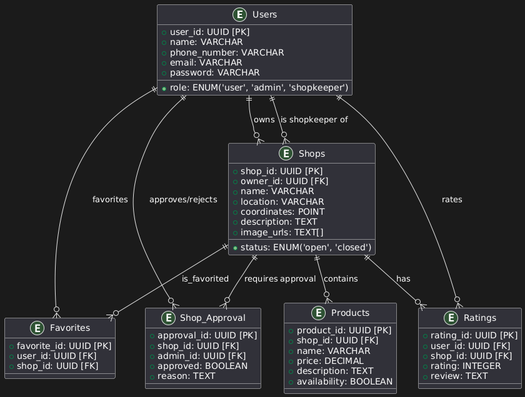
This is db_schema.png from GauthamSridhar/Street-Smart-App, a PlantUML export, as it was before one commit. The source it was exported from:
```plantuml
@startuml
entity "Users" {
  + user_id: UUID [PK]
  + name: VARCHAR
  + phone_number: VARCHAR
  + email: VARCHAR
  + password: VARCHAR
  + role: ENUM('user', 'admin', 'shopkeeper')
}

entity "Shops" {
  + shop_id: UUID [PK]
  + owner_id: UUID [FK]
  + name: VARCHAR
  + location: VARCHAR
  + coordinates: POINT
  + status: ENUM('open', 'closed')
  + description: TEXT
  + image_urls: TEXT[]
}

entity "Products" {
  + product_id: UUID [PK]
  + shop_id: UUID [FK]
  + name: VARCHAR
  + price: DECIMAL
  + description: TEXT
  + availability: BOOLEAN
}

entity "Ratings" {
  + rating_id: UUID [PK]
  + user_id: UUID [FK]
  + shop_id: UUID [FK]
  + rating: INTEGER
  + review: TEXT
}

entity "Favorites" {
  + favorite_id: UUID [PK]
  + user_id: UUID [FK]
  + shop_id: UUID [FK]
}

entity "Shop_Approval" {
  + approval_id: UUID [PK]
  + shop_id: UUID [FK]
  + admin_id: UUID [FK]
  + approved: BOOLEAN
  + reason: TEXT
}

Users ||--o{ Shops : "owns"
Shops ||--o{ Products : "contains"
Users ||--o{ Ratings : "rates"
Shops ||--o{ Ratings : "has"
Users ||--o{ Favorites : "favorites"
Shops ||--o{ Favorites : "is_favorited"
Users ||--o{ Shop_Approval : "approves/rejects"
Shops ||--o{ Shop_Approval : "requires approval"
Users ||--o{ Shops : "is shopkeeper of"
@enduml
```
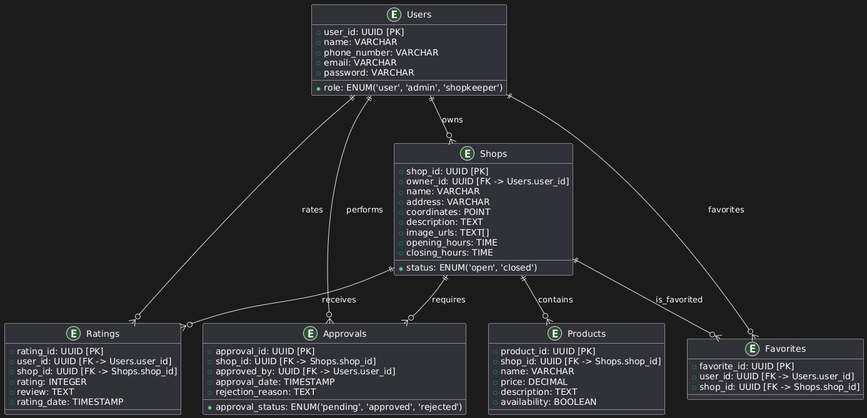
The same file after the commit.

What changed in the source:
```diff
@@ -10,18 +10,20 @@
 
 entity "Shops" {
   + shop_id: UUID [PK]
-  + owner_id: UUID [FK]
+  + owner_id: UUID [FK -> Users.user_id]
   + name: VARCHAR
-  + location: VARCHAR
+  + address: VARCHAR
   + coordinates: POINT
   + status: ENUM('open', 'closed')
   + description: TEXT
   + image_urls: TEXT[]
+  + opening_hours: TIME
+  + closing_hours: TIME
 }
 
 entity "Products" {
   + product_id: UUID [PK]
-  + shop_id: UUID [FK]
+  + shop_id: UUID [FK -> Shops.shop_id]
   + name: VARCHAR
   + price: DECIMAL
   + description: TEXT
@@ -30,33 +32,34 @@
 
 entity "Ratings" {
   + rating_id: UUID [PK]
-  + user_id: UUID [FK]
-  + shop_id: UUID [FK]
+  + user_id: UUID [FK -> Users.user_id]
+  + shop_id: UUID [FK -> Shops.shop_id]
   + rating: INTEGER
   + review: TEXT
+  + rating_date: TIMESTAMP
 }
 
 entity "Favorites" {
   + favorite_id: UUID [PK]
-  + user_id: UUID [FK]
-  + shop_id: UUID [FK]
+  + user_id: UUID [FK -> Users.user_id]
+  + shop_id: UUID [FK -> Shops.shop_id]
 }
 
-entity "Shop_Approval" {
+entity "Approvals" {
   + approval_id: UUID [PK]
-  + shop_id: UUID [FK]
-  + admin_id: UUID [FK]
-  + approved: BOOLEAN
-  + reason: TEXT
+  + shop_id: UUID [FK -> Shops.shop_id]
+  + approved_by: UUID [FK -> Users.user_id]
+  + approval_status: ENUM('pending', 'approved', 'rejected')
+  + approval_date: TIMESTAMP
+  + rejection_reason: TEXT
 }
 
 Users ||--o{ Shops : "owns"
 Shops ||--o{ Products : "contains"
 Users ||--o{ Ratings : "rates"
-Shops ||--o{ Ratings : "has"
+Shops ||--o{ Ratings : "receives"
 Users ||--o{ Favorites : "favorites"
 Shops ||--o{ Favorites : "is_favorited"
-Users ||--o{ Shop_Approval : "approves/rejects"
-Shops ||--o{ Shop_Approval : "requires approval"
-Users ||--o{ Shops : "is shopkeeper of"
+Users ||--o{ Approvals : "performs"
+Shops ||--o{ Approvals : "requires"
 @enduml
```
